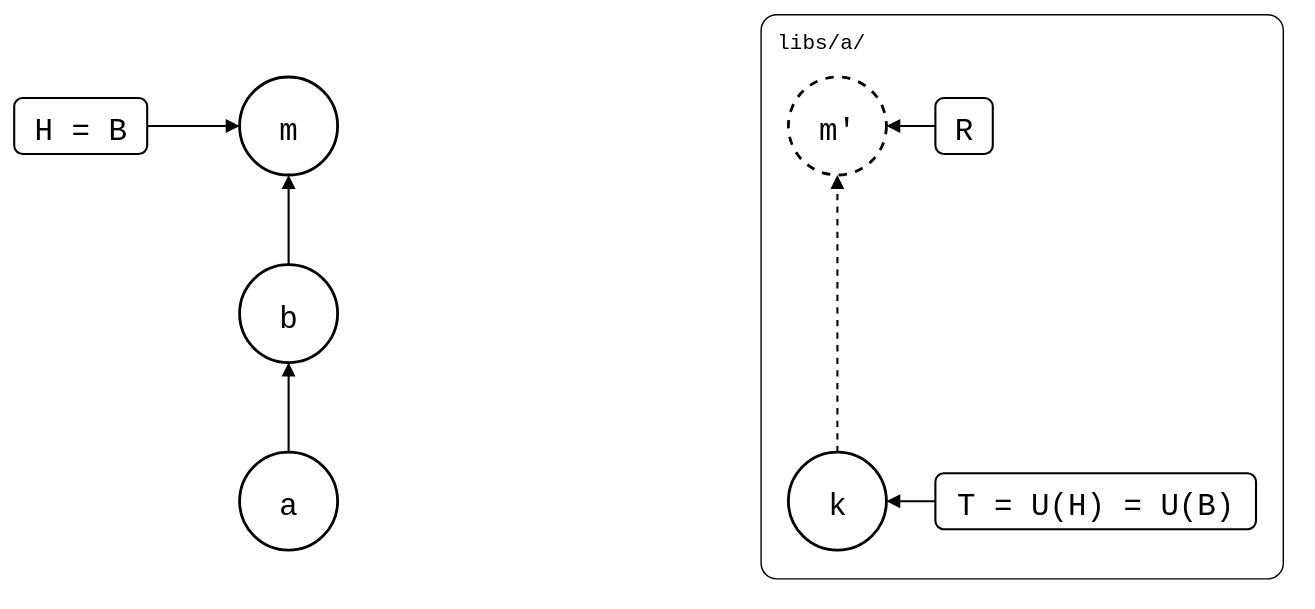
Earlier version of the draw.io export test/scenarios/07-moved-folders/01-moved-with-unpushed-commits/moved-with-unpushed-commits.drawio.svg (roschaefer/git-splice). Source tidied: cells renumbered, new cells last; positions are measured from the earlier drawing's top-left corner, leaving out a move shared by most shapes. The source it was exported from:
```xml
<mxGraphModel background="#ffffff">
  <root>
    <mxCell id="0" />
    <mxCell id="1" parent="0" />
    <mxCell id="2" value="libs/a/" style="rounded=1;arcSize=3;fillColor=none;strokeWidth=1;fontSize=15;verticalAlign=top;align=left;spacingLeft=10;spacingTop=4;fontFamily=Roboto Mono,monospace;" parent="1" vertex="1">
      <mxGeometry x="533" width="373" height="403" as="geometry" />
    </mxCell>
    <mxCell id="3" value="a" style="ellipse;strokeWidth=2;fontSize=22;fontFamily=Roboto Mono,monospace;" parent="1" vertex="1">
      <mxGeometry x="161" y="313" width="70" height="70" as="geometry" />
    </mxCell>
    <mxCell id="4" value="b" style="ellipse;strokeWidth=2;fontSize=22;fontFamily=Roboto Mono,monospace;" parent="1" vertex="1">
      <mxGeometry x="161" y="179" width="70" height="70" as="geometry" />
    </mxCell>
    <mxCell id="5" value="m" style="ellipse;strokeWidth=2;fontSize=22;fontFamily=Roboto Mono,monospace;" parent="1" vertex="1">
      <mxGeometry x="161" y="45" width="70" height="70" as="geometry" />
    </mxCell>
    <mxCell id="6" value="k" style="ellipse;strokeWidth=2;fontSize=22;fontFamily=Roboto Mono,monospace;" parent="1" vertex="1">
      <mxGeometry x="553" y="313" width="70" height="70" as="geometry" />
    </mxCell>
    <mxCell id="7" value="m'" style="ellipse;strokeWidth=2;fontSize=22;fontFamily=Roboto Mono,monospace;dashed=1;" parent="1" vertex="1">
      <mxGeometry x="553" y="45" width="70" height="70" as="geometry" />
    </mxCell>
    <mxCell id="8" value="H = B" style="rounded=1;strokeWidth=1.5;fontSize=22;fontFamily=Roboto Mono,monospace;" parent="1" vertex="1">
      <mxGeometry y="60" width="95" height="40" as="geometry" />
    </mxCell>
    <mxCell id="9" style="endArrow=block;endFill=1;html=1;strokeWidth=1.5;rounded=0;" parent="1" edge="1" source="8" target="5">
      <mxGeometry relative="1" as="geometry" />
    </mxCell>
    <mxCell id="10" value="T = U(H) = U(B)" style="rounded=1;strokeWidth=1.5;fontSize=22;fontFamily=Roboto Mono,monospace;" parent="1" vertex="1">
      <mxGeometry x="658" y="328" width="229" height="40" as="geometry" />
    </mxCell>
    <mxCell id="11" style="endArrow=block;endFill=1;html=1;strokeWidth=1.5;rounded=0;" parent="1" edge="1" source="10" target="6">
      <mxGeometry relative="1" as="geometry" />
    </mxCell>
    <mxCell id="12" value="R" style="rounded=1;strokeWidth=1.5;fontSize=22;fontFamily=Roboto Mono,monospace;" parent="1" vertex="1">
      <mxGeometry x="658" y="60" width="41" height="40" as="geometry" />
    </mxCell>
    <mxCell id="13" style="endArrow=block;endFill=1;html=1;strokeWidth=1.5;rounded=0;" parent="1" edge="1" source="12" target="7">
      <mxGeometry relative="1" as="geometry" />
    </mxCell>
    <mxCell id="14" style="endArrow=block;endFill=1;html=1;strokeWidth=1.5;rounded=0;" parent="1" edge="1" source="3" target="4">
      <mxGeometry relative="1" as="geometry" />
    </mxCell>
    <mxCell id="15" style="endArrow=block;endFill=1;html=1;strokeWidth=1.5;rounded=0;" parent="1" edge="1" source="4" target="5">
      <mxGeometry relative="1" as="geometry" />
    </mxCell>
    <mxCell id="16" style="endArrow=block;endFill=1;html=1;strokeWidth=1.5;rounded=0;dashed=1;" parent="1" edge="1" source="6" target="7">
      <mxGeometry relative="1" as="geometry" />
    </mxCell>
  </root>
</mxGraphModel>
```
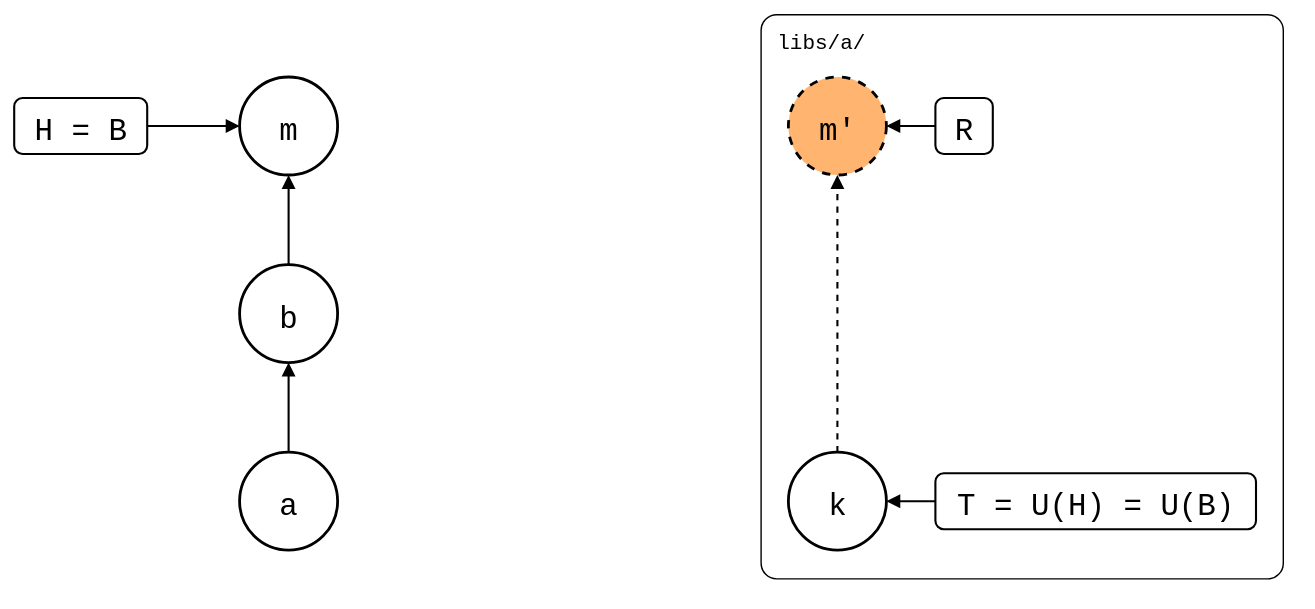
Above is the later version.

Change to the diagram source:
```diff
@@ -17,7 +17,7 @@
     <mxCell id="6" value="k" style="ellipse;strokeWidth=2;fontSize=22;fontFamily=Roboto Mono,monospace;" parent="1" vertex="1">
       <mxGeometry x="553" y="313" width="70" height="70" as="geometry" />
     </mxCell>
-    <mxCell id="7" value="m'" style="ellipse;strokeWidth=2;fontSize=22;fontFamily=Roboto Mono,monospace;dashed=1;" parent="1" vertex="1">
+    <mxCell id="7" value="m'" style="ellipse;strokeWidth=2;fontSize=22;fontFamily=Roboto Mono,monospace;dashed=1;fillColor=#FFB570;" parent="1" vertex="1">
       <mxGeometry x="553" y="45" width="70" height="70" as="geometry" />
     </mxCell>
     <mxCell id="8" value="H = B" style="rounded=1;strokeWidth=1.5;fontSize=22;fontFamily=Roboto Mono,monospace;" parent="1" vertex="1">
```
